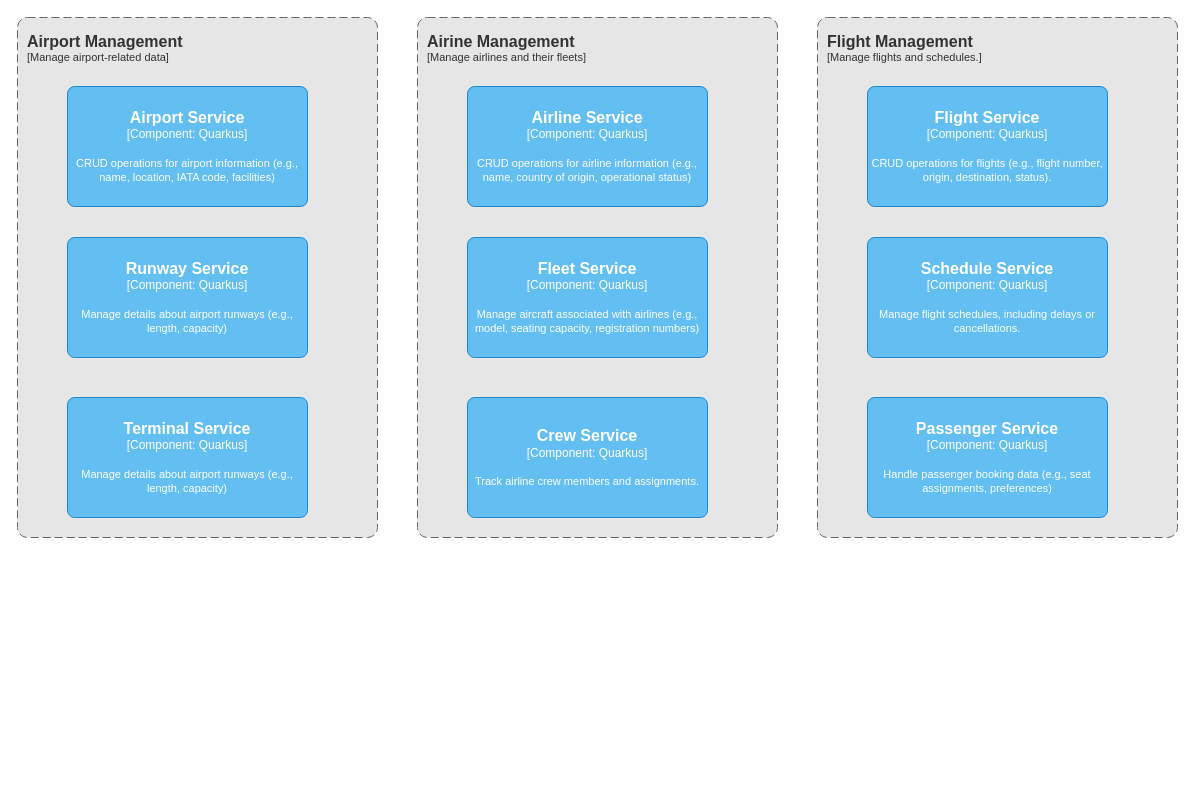
This is docs/container-diagram.drawio from ch88251/airport-management-system, a draw.io file, before an edit. Source tidied: cells renumbered, new cells numbered last; positions are measured from the earlier drawing's top-left corner, leaving out a move shared by most shapes. Both pictures are drawn from the tidied source at 100%, with x=0, y=0 at pixel (17, 17).
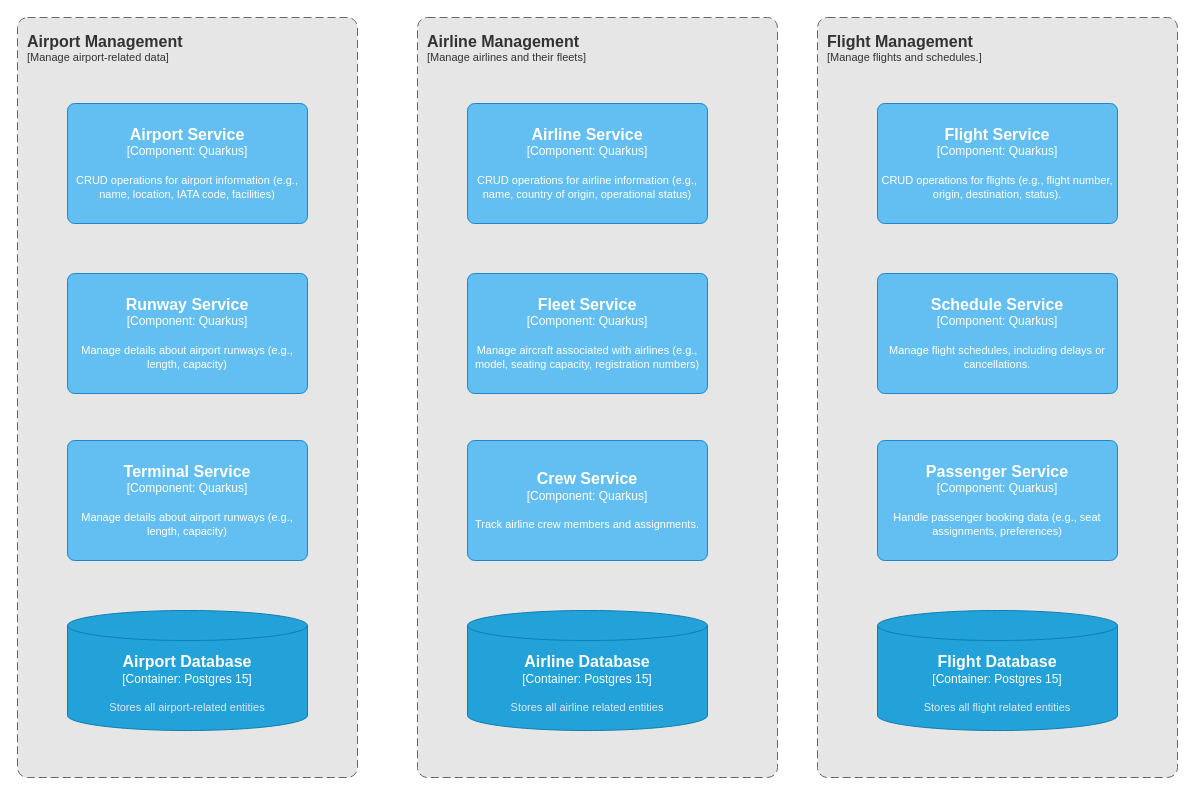
Above is the later version.

Diff of the diagram source:
```diff
@@
     <object id="2" label="&lt;font style=&quot;font-size: 16px&quot;&gt;&lt;b&gt;&lt;div style=&quot;text-align: left&quot;&gt;%c4Name%&lt;/div&gt;&lt;/b&gt;&lt;/font&gt;&lt;div style=&quot;text-align: left&quot;&gt;[%c4Application%]&lt;/div&gt;" c4Application="Manage airport-related data" c4Name="Airport Management" placeholders="1">
       <mxCell style="rounded=1;fontSize=11;whiteSpace=wrap;html=1;dashed=1;arcSize=20;fillColor=#E6E6E6;strokeColor=#666666;fontColor=#333333;labelBackgroundColor=none;align=left;verticalAlign=top;labelBorderColor=none;spacingTop=0;spacing=10;dashPattern=8 4;perimeter=rectanglePerimeter;noLabel=0;labelPadding=0;absoluteArcSize=1;" parent="1" vertex="1">
-        <mxGeometry width="360" height="520" as="geometry" />
+        <mxGeometry width="340" height="760" as="geometry" />
       </mxCell>
     </object>
     <object id="3" label="&lt;font style=&quot;font-size: 16px&quot;&gt;&lt;b&gt;%c4Name%&lt;/b&gt;&lt;/font&gt;&lt;div&gt;[%c4Type%: %c4Technology%]&lt;/div&gt;&lt;br&gt;&lt;div&gt;&lt;font style=&quot;font-size: 11px&quot;&gt;%c4Description%&lt;/font&gt;&lt;/div&gt;" c4Description="CRUD operations for airport information (e.g., name, location, IATA code, facilities)" c4Name="Airport Service" c4Technology="Quarkus" c4Type="Component" placeholders="1">
       <mxCell style="rounded=1;whiteSpace=wrap;html=1;labelBackgroundColor=none;fillColor=#63BEF2;fontColor=#ffffff;align=center;arcSize=6;strokeColor=#2086C9;" parent="1" vertex="1">
-        <mxGeometry x="50" y="69" width="240" height="120" as="geometry" />
+        <mxGeometry x="50" y="86" width="240" height="120" as="geometry" />
       </mxCell>
     </object>
     <object id="4" label="&lt;font style=&quot;font-size: 16px&quot;&gt;&lt;b&gt;%c4Name%&lt;/b&gt;&lt;/font&gt;&lt;div&gt;[%c4Type%: %c4Technology%]&lt;/div&gt;&lt;br&gt;&lt;div&gt;&lt;font style=&quot;font-size: 11px&quot;&gt;%c4Description%&lt;/font&gt;&lt;/div&gt;" c4Description="Manage details about airport runways (e.g., length, capacity)" c4Name="Runway Service" c4Technology="Quarkus" c4Type="Component" placeholders="1">
       <mxCell style="rounded=1;whiteSpace=wrap;html=1;labelBackgroundColor=none;fillColor=#63BEF2;fontColor=#ffffff;align=center;arcSize=6;strokeColor=#2086C9;" parent="1" vertex="1">
-        <mxGeometry x="50" y="220" width="240" height="120" as="geometry" />
+        <mxGeometry x="50" y="256" width="240" height="120" as="geometry" />
       </mxCell>
     </object>
     <object id="5" label="&lt;font style=&quot;font-size: 16px&quot;&gt;&lt;b&gt;%c4Name%&lt;/b&gt;&lt;/font&gt;&lt;div&gt;[%c4Type%: %c4Technology%]&lt;/div&gt;&lt;br&gt;&lt;div&gt;&lt;font style=&quot;font-size: 11px&quot;&gt;%c4Description%&lt;/font&gt;&lt;/div&gt;" c4Description="Manage details about airport runways (e.g., length, capacity)" c4Name="Terminal Service" c4Technology="Quarkus" c4Type="Component" placeholders="1">
       <mxCell style="rounded=1;whiteSpace=wrap;html=1;labelBackgroundColor=none;fillColor=#63BEF2;fontColor=#ffffff;align=center;arcSize=6;strokeColor=#2086C9;" parent="1" vertex="1">
-        <mxGeometry x="50" y="380" width="240" height="120" as="geometry" />
+        <mxGeometry x="50" y="423" width="240" height="120" as="geometry" />
       </mxCell>
     </object>
-    <object id="6" label="&lt;font style=&quot;font-size: 16px&quot;&gt;&lt;b&gt;&lt;div style=&quot;text-align: left&quot;&gt;%c4Name%&lt;/div&gt;&lt;/b&gt;&lt;/font&gt;&lt;div style=&quot;text-align: left&quot;&gt;[%c4Application%]&lt;/div&gt;" c4Application="Manage airlines and their fleets" c4Name="Airine Management" placeholders="1">
+    <object id="6" label="&lt;font style=&quot;font-size: 16px&quot;&gt;&lt;b&gt;&lt;div style=&quot;text-align: left&quot;&gt;%c4Name%&lt;/div&gt;&lt;/b&gt;&lt;/font&gt;&lt;div style=&quot;text-align: left&quot;&gt;[%c4Application%]&lt;/div&gt;" c4Application="Manage airlines and their fleets" c4Name="Airline Management" placeholders="1">
       <mxCell style="rounded=1;fontSize=11;whiteSpace=wrap;html=1;dashed=1;arcSize=20;fillColor=#E6E6E6;strokeColor=#666666;fontColor=#333333;labelBackgroundColor=none;align=left;verticalAlign=top;labelBorderColor=none;spacingTop=0;spacing=10;dashPattern=8 4;perimeter=rectanglePerimeter;noLabel=0;labelPadding=0;absoluteArcSize=1;" parent="1" vertex="1">
-        <mxGeometry x="400" width="360" height="520" as="geometry" />
+        <mxGeometry x="400" width="360" height="760" as="geometry" />
       </mxCell>
     </object>
     <object id="7" label="&lt;font style=&quot;font-size: 16px&quot;&gt;&lt;b&gt;%c4Name%&lt;/b&gt;&lt;/font&gt;&lt;div&gt;[%c4Type%: %c4Technology%]&lt;/div&gt;&lt;br&gt;&lt;div&gt;&lt;font style=&quot;font-size: 11px&quot;&gt;%c4Description%&lt;/font&gt;&lt;/div&gt;" c4Description="CRUD operations for airline information (e.g., name, country of origin, operational status)" c4Name="Airline Service" c4Technology="Quarkus" c4Type="Component" placeholders="1">
       <mxCell style="rounded=1;whiteSpace=wrap;html=1;labelBackgroundColor=none;fillColor=#63BEF2;fontColor=#ffffff;align=center;arcSize=6;strokeColor=#2086C9;" parent="1" vertex="1">
-        <mxGeometry x="450" y="69" width="240" height="120" as="geometry" />
+        <mxGeometry x="450" y="86" width="240" height="120" as="geometry" />
       </mxCell>
     </object>
     <object id="8" label="&lt;font style=&quot;font-size: 16px&quot;&gt;&lt;b&gt;%c4Name%&lt;/b&gt;&lt;/font&gt;&lt;div&gt;[%c4Type%: %c4Technology%]&lt;/div&gt;&lt;br&gt;&lt;div&gt;&lt;font style=&quot;font-size: 11px&quot;&gt;%c4Description%&lt;/font&gt;&lt;/div&gt;" c4Description="Manage aircraft associated with airlines (e.g., model, seating capacity, registration numbers)" c4Name="Fleet Service" c4Technology="Quarkus" c4Type="Component" placeholders="1">
       <mxCell style="rounded=1;whiteSpace=wrap;html=1;labelBackgroundColor=none;fillColor=#63BEF2;fontColor=#ffffff;align=center;arcSize=6;strokeColor=#2086C9;" parent="1" vertex="1">
-        <mxGeometry x="450" y="220" width="240" height="120" as="geometry" />
+        <mxGeometry x="450" y="256" width="240" height="120" as="geometry" />
       </mxCell>
     </object>
     <object id="9" label="&lt;font style=&quot;font-size: 16px&quot;&gt;&lt;b&gt;%c4Name%&lt;/b&gt;&lt;/font&gt;&lt;div&gt;[%c4Type%: %c4Technology%]&lt;/div&gt;&lt;br&gt;&lt;div&gt;&lt;font style=&quot;font-size: 11px&quot;&gt;%c4Description%&lt;/font&gt;&lt;/div&gt;" c4Description="Track airline crew members and assignments.&#10;" c4Name="Crew Service" c4Technology="Quarkus" c4Type="Component" placeholders="1">
       <mxCell style="rounded=1;whiteSpace=wrap;html=1;labelBackgroundColor=none;fillColor=#63BEF2;fontColor=#ffffff;align=center;arcSize=6;strokeColor=#2086C9;" parent="1" vertex="1">
-        <mxGeometry x="450" y="380" width="240" height="120" as="geometry" />
+        <mxGeometry x="450" y="423" width="240" height="120" as="geometry" />
       </mxCell>
     </object>
     <object id="10" label="&lt;font style=&quot;font-size: 16px&quot;&gt;&lt;b&gt;&lt;div style=&quot;text-align: left&quot;&gt;%c4Name%&lt;/div&gt;&lt;/b&gt;&lt;/font&gt;&lt;div style=&quot;text-align: left&quot;&gt;[%c4Application%]&lt;/div&gt;" c4Application="Manage flights and schedules." c4Name="Flight Management" placeholders="1">
       <mxCell style="rounded=1;fontSize=11;whiteSpace=wrap;html=1;dashed=1;arcSize=20;fillColor=#E6E6E6;strokeColor=#666666;fontColor=#333333;labelBackgroundColor=none;align=left;verticalAlign=top;labelBorderColor=none;spacingTop=0;spacing=10;dashPattern=8 4;perimeter=rectanglePerimeter;noLabel=0;labelPadding=0;absoluteArcSize=1;" parent="1" vertex="1">
-        <mxGeometry x="800" width="360" height="520" as="geometry" />
+        <mxGeometry x="800" width="360" height="760" as="geometry" />
       </mxCell>
     </object>
     <object id="11" label="&lt;font style=&quot;font-size: 16px&quot;&gt;&lt;b&gt;%c4Name%&lt;/b&gt;&lt;/font&gt;&lt;div&gt;[%c4Type%: %c4Technology%]&lt;/div&gt;&lt;br&gt;&lt;div&gt;&lt;font style=&quot;font-size: 11px&quot;&gt;%c4Description%&lt;/font&gt;&lt;/div&gt;" c4Description="CRUD operations for flights (e.g., flight number, origin, destination, status)." c4Name="Flight Service" c4Technology="Quarkus" c4Type="Component" placeholders="1">
       <mxCell style="rounded=1;whiteSpace=wrap;html=1;labelBackgroundColor=none;fillColor=#63BEF2;fontColor=#ffffff;align=center;arcSize=6;strokeColor=#2086C9;" parent="1" vertex="1">
-        <mxGeometry x="850" y="69" width="240" height="120" as="geometry" />
+        <mxGeometry x="860" y="86" width="240" height="120" as="geometry" />
       </mxCell>
     </object>
     <object id="12" label="&lt;font style=&quot;font-size: 16px&quot;&gt;&lt;b&gt;%c4Name%&lt;/b&gt;&lt;/font&gt;&lt;div&gt;[%c4Type%: %c4Technology%]&lt;/div&gt;&lt;br&gt;&lt;div&gt;&lt;font style=&quot;font-size: 11px&quot;&gt;%c4Description%&lt;/font&gt;&lt;/div&gt;" c4Description="Manage flight schedules, including delays or cancellations." c4Name="Schedule Service" c4Technology="Quarkus" c4Type="Component" placeholders="1">
       <mxCell style="rounded=1;whiteSpace=wrap;html=1;labelBackgroundColor=none;fillColor=#63BEF2;fontColor=#ffffff;align=center;arcSize=6;strokeColor=#2086C9;" parent="1" vertex="1">
-        <mxGeometry x="850" y="220" width="240" height="120" as="geometry" />
+        <mxGeometry x="860" y="256" width="240" height="120" as="geometry" />
       </mxCell>
     </object>
     <object id="13" label="&lt;font style=&quot;font-size: 16px&quot;&gt;&lt;b&gt;%c4Name%&lt;/b&gt;&lt;/font&gt;&lt;div&gt;[%c4Type%: %c4Technology%]&lt;/div&gt;&lt;br&gt;&lt;div&gt;&lt;font style=&quot;font-size: 11px&quot;&gt;%c4Description%&lt;/font&gt;&lt;/div&gt;" c4Description="Handle passenger booking data (e.g., seat assignments, preferences)" c4Name="Passenger Service" c4Technology="Quarkus" c4Type="Component" placeholders="1">
       <mxCell style="rounded=1;whiteSpace=wrap;html=1;labelBackgroundColor=none;fillColor=#63BEF2;fontColor=#ffffff;align=center;arcSize=6;strokeColor=#2086C9;" parent="1" vertex="1">
-        <mxGeometry x="850" y="380" width="240" height="120" as="geometry" />
+        <mxGeometry x="860" y="423" width="240" height="120" as="geometry" />
       </mxCell>
     </object>
+    <object id="14" label="&lt;font style=&quot;font-size: 16px&quot;&gt;&lt;b&gt;%c4Type%&lt;/b&gt;&lt;/font&gt;&lt;div&gt;[%c4Container%:&amp;nbsp;%c4Technology%]&lt;/div&gt;&lt;br&gt;&lt;div&gt;&lt;font style=&quot;font-size: 11px&quot;&gt;&lt;font color=&quot;#E6E6E6&quot;&gt;%c4Description%&lt;/font&gt;&lt;/div&gt;" c4Container="Container" c4Description="Stores all airport-related entities" c4Technology="Postgres 15" c4Type="Airport Database" placeholders="1">
+      <mxCell style="shape=cylinder3;size=15;whiteSpace=wrap;html=1;boundedLbl=1;rounded=0;labelBackgroundColor=none;fillColor=#23A2D9;fontSize=12;fontColor=#ffffff;align=center;strokeColor=#0E7DAD;" parent="1" vertex="1">
+        <mxGeometry x="50" y="593" width="240" height="120" as="geometry" />
+      </mxCell>
+    </object>
+    <object id="15" label="&lt;font style=&quot;font-size: 16px&quot;&gt;&lt;b&gt;%c4Type%&lt;/b&gt;&lt;/font&gt;&lt;div&gt;[%c4Container%:&amp;nbsp;%c4Technology%]&lt;/div&gt;&lt;br&gt;&lt;div&gt;&lt;font style=&quot;font-size: 11px&quot;&gt;&lt;font color=&quot;#E6E6E6&quot;&gt;%c4Description%&lt;/font&gt;&lt;/div&gt;" c4Container="Container" c4Description="Stores all airline related entities" c4Technology="Postgres 15" c4Type="Airline Database" placeholders="1">
+      <mxCell style="shape=cylinder3;size=15;whiteSpace=wrap;html=1;boundedLbl=1;rounded=0;labelBackgroundColor=none;fillColor=#23A2D9;fontSize=12;fontColor=#ffffff;align=center;strokeColor=#0E7DAD;" parent="1" vertex="1">
+        <mxGeometry x="450" y="593" width="240" height="120" as="geometry" />
+      </mxCell>
+    </object>
+    <object id="16" label="&lt;font style=&quot;font-size: 16px&quot;&gt;&lt;b&gt;%c4Type%&lt;/b&gt;&lt;/font&gt;&lt;div&gt;[%c4Container%:&amp;nbsp;%c4Technology%]&lt;/div&gt;&lt;br&gt;&lt;div&gt;&lt;font style=&quot;font-size: 11px&quot;&gt;&lt;font color=&quot;#E6E6E6&quot;&gt;%c4Description%&lt;/font&gt;&lt;/div&gt;" c4Container="Container" c4Description="Stores all flight related entities" c4Technology="Postgres 15" c4Type="Flight Database" placeholders="1">
+      <mxCell style="shape=cylinder3;size=15;whiteSpace=wrap;html=1;boundedLbl=1;rounded=0;labelBackgroundColor=none;fillColor=#23A2D9;fontSize=12;fontColor=#ffffff;align=center;strokeColor=#0E7DAD;" parent="1" vertex="1">
+        <mxGeometry x="860" y="593" width="240" height="120" as="geometry" />
+      </mxCell>
+    </object>
```
